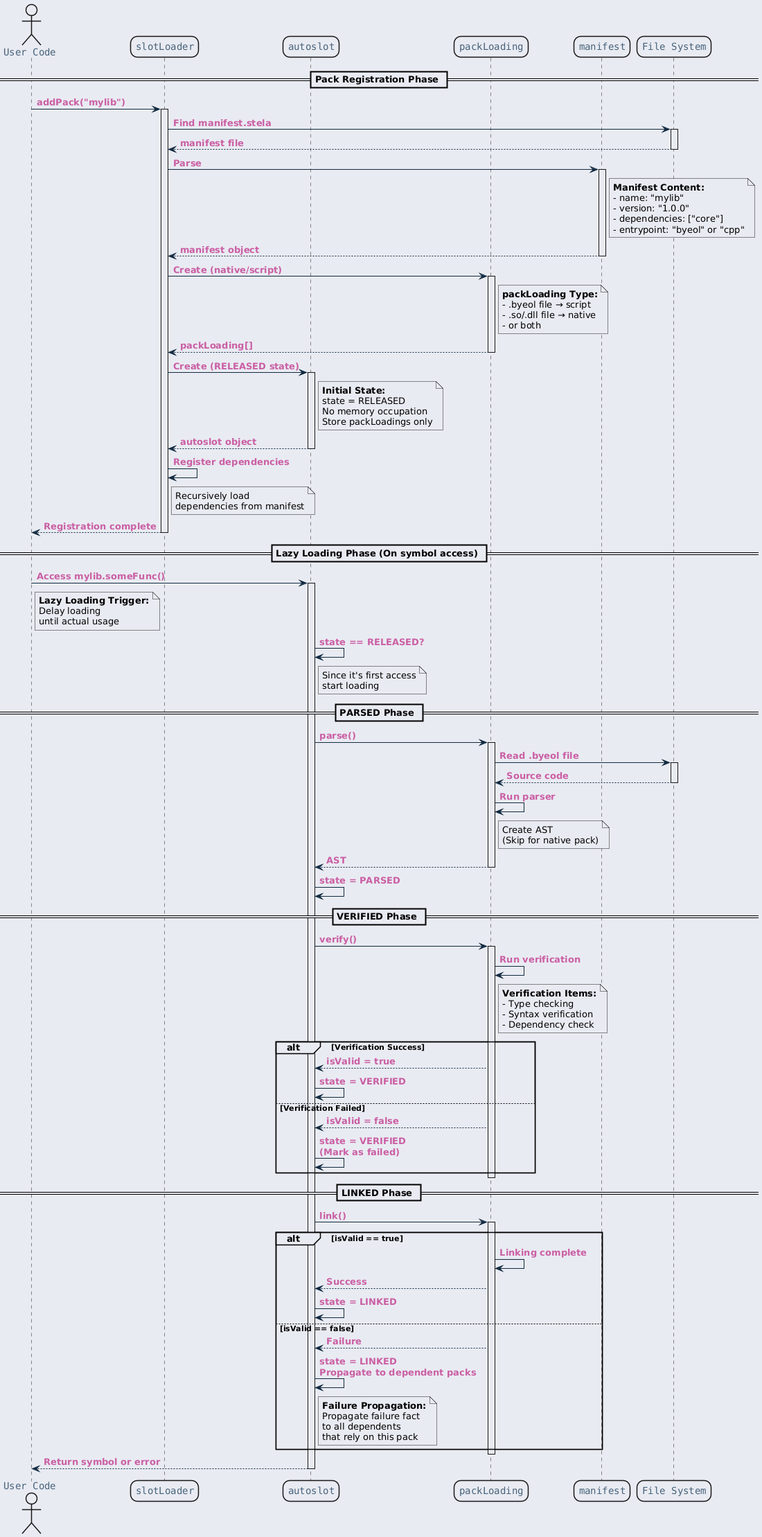
This is ref/generated/ko/inline_umlgraph_30.png from byeolang/website, a PlantUML export, as it was before one commit.
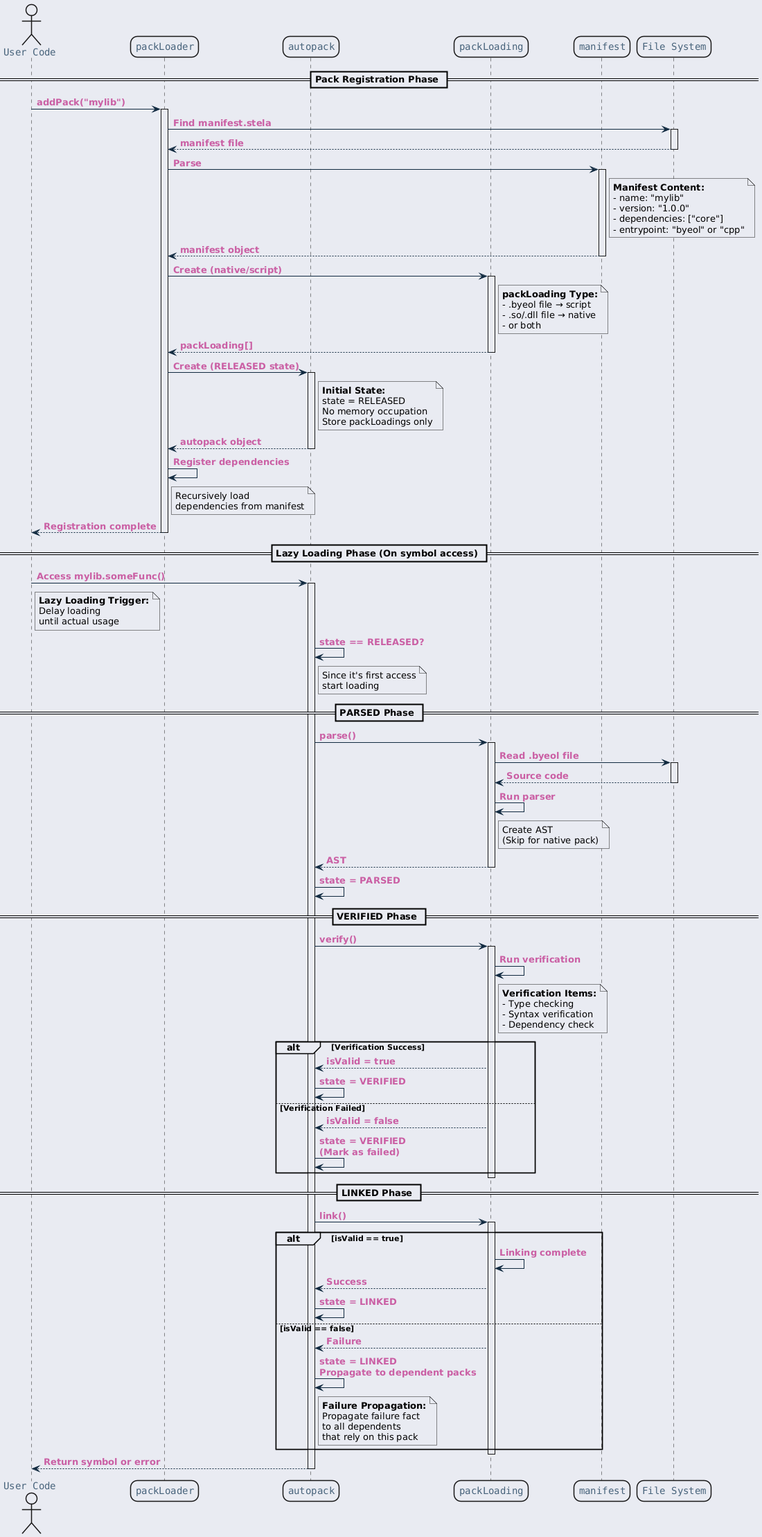
Later version of the same file.

What changed in the source:
```diff
@@ -24,8 +24,8 @@
 }
 </style>
 actor "User Code" as user
-participant "slotLoader" as loader
-participant "autoslot" as autoslot
+participant "packLoader" as loader
+participant "autopack" as autopack
 participant "packLoading" as packLoading
 participant "manifest" as manifest
 participant "File System" as fs
@@ -68,18 +68,18 @@
 packLoading --> loader : packLoading[]
 deactivate packLoading
 
-loader -> autoslot : Create (RELEASED state)
-activate autoslot
+loader -> autopack : Create (RELEASED state)
+activate autopack
 
-note right of autoslot
+note right of autopack
   <b>Initial State:</b>
   state = RELEASED
   No memory occupation
   Store packLoadings only
 end note
 
-autoslot --> loader : autoslot object
-deactivate autoslot
+autopack --> loader : autopack object
+deactivate autopack
 
 loader -> loader : Register dependencies
 note right of loader
@@ -92,8 +92,8 @@
 
 == Lazy Loading Phase (On symbol access) ==
 
-user -> autoslot : Access mylib.someFunc()
-activate autoslot
+user -> autopack : Access mylib.someFunc()
+activate autopack
 
 note right of user
   <b>Lazy Loading Trigger:</b>
@@ -101,15 +101,15 @@
   until actual usage
 end note
 
-autoslot -> autoslot : state == RELEASED?
-note right of autoslot
+autopack -> autopack : state == RELEASED?
+note right of autopack
   Since it's first access
   start loading
 end note
 
 == PARSED Phase ==
 
-autoslot -> packLoading : parse()
+autopack -> packLoading : parse()
 activate packLoading
 
 packLoading -> fs : Read .byeol file
@@ -124,14 +124,14 @@
   (Skip for native pack)
 end note
 
-packLoading --> autoslot : AST
+packLoading --> autopack : AST
 deactivate packLoading
 
-autoslot -> autoslot : state = PARSED
+autopack -> autopack : state = PARSED
 
 == VERIFIED Phase ==
 
-autoslot -> packLoading : verify()
+autopack -> packLoading : verify()
 activate packLoading
 
 packLoading -> packLoading : Run verification
@@ -144,13 +144,13 @@
 
 alt Verification Success
 
-    packLoading --> autoslot : isValid = true
-    autoslot -> autoslot : state = VERIFIED
+    packLoading --> autopack : isValid = true
+    autopack -> autopack : state = VERIFIED
 
 else Verification Failed
 
-    packLoading --> autoslot : isValid = false
-    autoslot -> autoslot : state = VERIFIED\n(Mark as failed)
+    packLoading --> autopack : isValid = false
+    autopack -> autopack : state = VERIFIED\n(Mark as failed)
 
 end
 
@@ -158,23 +158,23 @@
 
 == LINKED Phase ==
 
-autoslot -> packLoading : link()
+autopack -> packLoading : link()
 activate packLoading
 
 alt isValid == true
 
     packLoading -> packLoading : Linking complete
-    packLoading --> autoslot : Success
+    packLoading --> autopack : Success
 
-    autoslot -> autoslot : state = LINKED
+    autopack -> autopack : state = LINKED
 
 else isValid == false
 
-    packLoading --> autoslot : Failure
+    packLoading --> autopack : Failure
 
-    autoslot -> autoslot : state = LINKED\nPropagate to dependent packs
+    autopack -> autopack : state = LINKED\nPropagate to dependent packs
 
-    note right of autoslot
+    note right of autopack
       <b>Failure Propagation:</b>
       Propagate failure fact
       to all dependents
@@ -185,6 +185,6 @@
 
 deactivate packLoading
 
-autoslot --> user : Return symbol or error
-deactivate autoslot
+autopack --> user : Return symbol or error
+deactivate autopack
 @enduml
```
